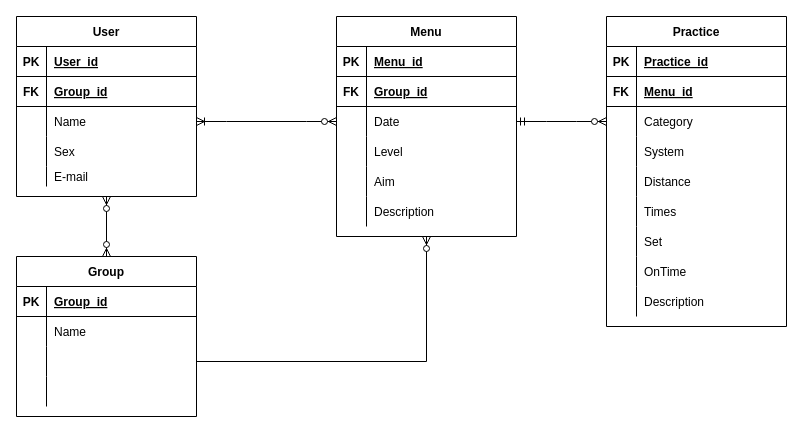
Above: design/Diagram.drawio in Pretender324/swistory-api (draw.io), before the change. Source tidied: cells renumbered, new cells numbered last; positions are measured from the earlier drawing's top-left corner, leaving out a move shared by most shapes. Both pictures are drawn from the tidied source at 100%, with x=0, y=0 at pixel (16, 16).
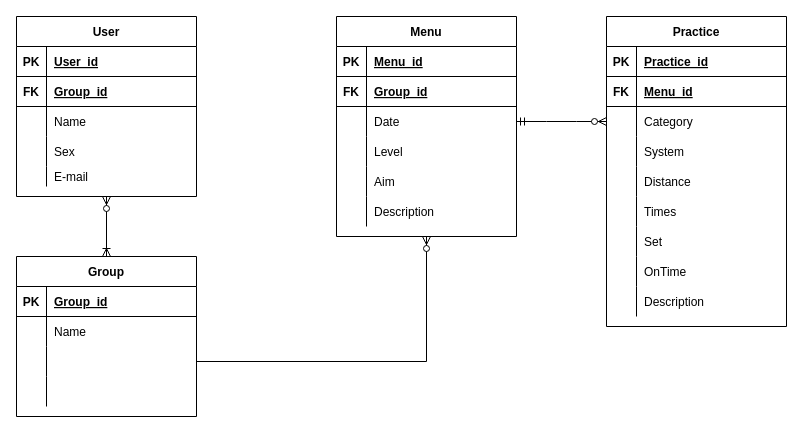
The same page after the edit.

The change refers to these unchanged cells:
```xml
<mxCell id="5" value="Group" style="shape=table;startSize=30;childLayout=tableLayout;rowLines=0;fontStyle=1;align=center;" parent="1" vertex="1">
  <mxGeometry y="240" width="180" height="160" as="geometry" />
</mxCell>
<mxCell id="25" style="shape=partialRectangle;fillColor=none;top=0;left=0;bottom=0;right=0;points=[[0,0.5],[1,0.5]];portConstraint=eastwest;" parent="18" vertex="1">
  <mxGeometry y="90" width="180" height="30" as="geometry" />
</mxCell>
<mxCell id="41" style="shape=partialRectangle;fillColor=none;top=0;left=0;bottom=0;right=0;points=[[0,0.5],[1,0.5]];portConstraint=eastwest;" parent="34" vertex="1">
  <mxGeometry y="90" width="180" height="30" as="geometry" />
</mxCell>
```

Change to the diagram source:
```diff
@@
-    <mxCell id="2" style="fontSize=12;html=1;endArrow=ERzeroToMany;endFill=1;startArrow=ERzeroToMany;rounded=0;exitX=0.5;exitY=0;exitDx=0;exitDy=0;" parent="1" edge="1" source="5">
+    <mxCell id="2" style="fontSize=12;html=1;endArrow=ERzeroToMany;endFill=1;startArrow=ERoneToMany;rounded=0;exitX=0.5;exitY=0;exitDx=0;exitDy=0;startFill=0;" parent="1" edge="1" source="5">
       <mxGeometry relative="1" as="geometry">
         <mxPoint x="90" y="180" as="targetPoint" />
       </mxGeometry>
     </mxCell>
-    <mxCell id="3" style="edgeStyle=entityRelationEdgeStyle;fontSize=12;html=1;endArrow=ERoneToMany;startArrow=ERzeroToMany;rounded=0;entryX=1;entryY=0.5;entryDx=0;entryDy=0;entryPerimeter=0;exitX=0;exitY=0.5;exitDx=0;exitDy=0;" parent="1" edge="1" source="41" target="25">
-      <mxGeometry relative="1" as="geometry" />
-    </mxCell>
```
